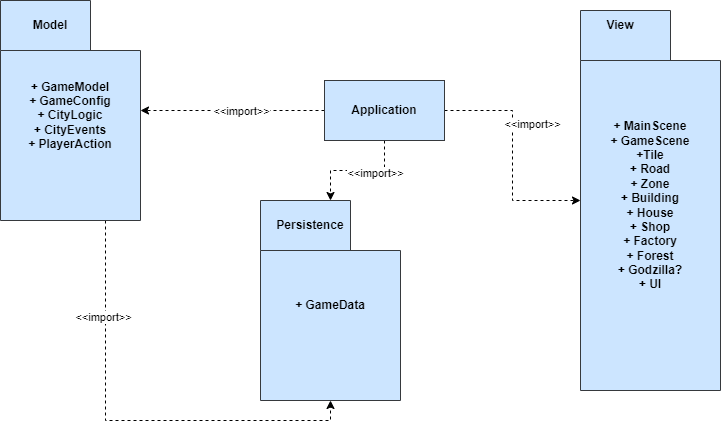
This is Documentation/diagrams/package_diagram.png from K-Kristof-work/test, a draw.io export, as it was before one commit. Source tidied: cells renumbered, new cells last; positions are measured from the earlier drawing's top-left corner, leaving out a move shared by most shapes.
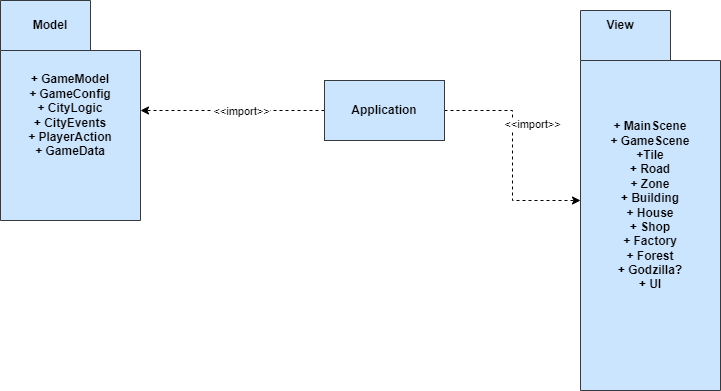
The same file after the commit.

What changed in the source:
```diff
@@ -2,13 +2,7 @@
   <root>
     <mxCell id="0" />
     <mxCell id="1" parent="0" />
-    <mxCell id="2" style="edgeStyle=orthogonalEdgeStyle;rounded=0;jettySize=auto;html=1;exitX=0.75;exitY=1;exitDx=0;exitDy=0;exitPerimeter=0;entryX=0.5;entryY=1;entryDx=0;entryDy=0;entryPerimeter=0;dashed=1;" parent="1" edge="1" source="4" target="15">
-      <mxGeometry relative="1" as="geometry" />
-    </mxCell>
-    <mxCell id="3" value="&amp;lt;&amp;lt;import&amp;gt;&amp;gt;" style="edgeLabel;html=1;align=center;verticalAlign=middle;" parent="2" vertex="1">
-      <mxGeometry x="-0.57" y="-3" relative="1" as="geometry" />
-    </mxCell>
-    <mxCell id="4" value="+ GameModel&lt;br&gt;+ GameConfig&lt;br&gt;+ CityLogic&lt;br&gt;+ CityEvents&lt;br&gt;+ PlayerAction" style="shape=folder;fontStyle=1;spacingTop=10;tabWidth=90;tabHeight=50;tabPosition=left;html=1;whiteSpace=wrap;fillColor=#cce5ff;strokeColor=#36393d;" parent="1" vertex="1">
+    <mxCell id="4" value="+ GameModel&lt;br&gt;+ GameConfig&lt;br&gt;+ CityLogic&lt;br&gt;+ CityEvents&lt;br&gt;+ PlayerAction&lt;br&gt;+ GameData" style="shape=folder;fontStyle=1;spacingTop=10;tabWidth=90;tabHeight=50;tabPosition=left;html=1;whiteSpace=wrap;fillColor=#cce5ff;strokeColor=#36393d;" parent="1" vertex="1">
       <mxGeometry width="140" height="220" as="geometry" />
     </mxCell>
     <mxCell id="5" value="&lt;b&gt;Model&lt;/b&gt;" style="text;html=1;strokeColor=none;fillColor=none;align=center;verticalAlign=middle;whiteSpace=wrap;rounded=0;" parent="1" vertex="1">
@@ -30,12 +24,6 @@
         <mxPoint x="18" y="1" as="offset" />
       </mxGeometry>
     </mxCell>
-    <mxCell id="10" style="edgeStyle=orthogonalEdgeStyle;rounded=0;jettySize=auto;html=1;dashed=1;" parent="1" edge="1" source="12" target="15">
-      <mxGeometry relative="1" as="geometry" />
-    </mxCell>
-    <mxCell id="11" value="&amp;lt;&amp;lt;import&amp;gt;&amp;gt;" style="edgeLabel;html=1;align=center;verticalAlign=middle;" parent="10" vertex="1">
-      <mxGeometry x="-0.31" y="2" relative="1" as="geometry" />
-    </mxCell>
     <mxCell id="12" value="&lt;b&gt;Application&lt;/b&gt;" style="rounded=0;whiteSpace=wrap;html=1;fillColor=#cce5ff;strokeColor=#36393d;" parent="1" vertex="1">
       <mxGeometry x="324" y="80" width="120" height="60" as="geometry" />
     </mxCell>
@@ -45,11 +33,5 @@
     <mxCell id="14" value="&lt;b&gt;View&lt;/b&gt;" style="text;html=1;strokeColor=none;fillColor=none;align=center;verticalAlign=middle;whiteSpace=wrap;rounded=0;" parent="1" vertex="1">
       <mxGeometry x="590" y="10" width="60" height="30" as="geometry" />
     </mxCell>
-    <mxCell id="15" value="+ GameData" style="shape=folder;fontStyle=1;spacingTop=10;tabWidth=90;tabHeight=50;tabPosition=left;html=1;whiteSpace=wrap;fillColor=#cce5ff;strokeColor=#36393d;" parent="1" vertex="1">
-      <mxGeometry x="260" y="200" width="140" height="200" as="geometry" />
-    </mxCell>
-    <mxCell id="16" value="&lt;b&gt;Persistence&lt;/b&gt;" style="text;html=1;strokeColor=none;fillColor=none;align=center;verticalAlign=middle;whiteSpace=wrap;rounded=0;" parent="1" vertex="1">
-      <mxGeometry x="280" y="210" width="60" height="30" as="geometry" />
-    </mxCell>
   </root>
 </mxGraphModel>
```
